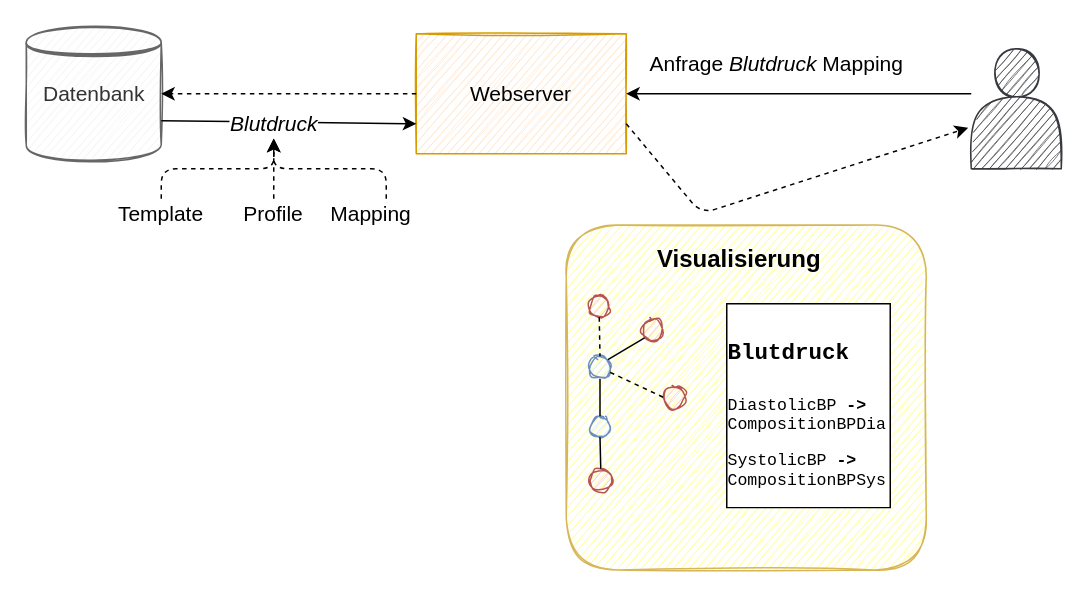
Earlier version of the draw.io diagram MaKonzept.drawio (jsachau/drawio). Source tidied: cells renumbered, new cells numbered last; positions are measured from the earlier drawing's top-left corner, leaving out a move shared by most shapes. Both pictures are drawn from the tidied source at 150%, with x=0, y=0 at pixel (26, 26).
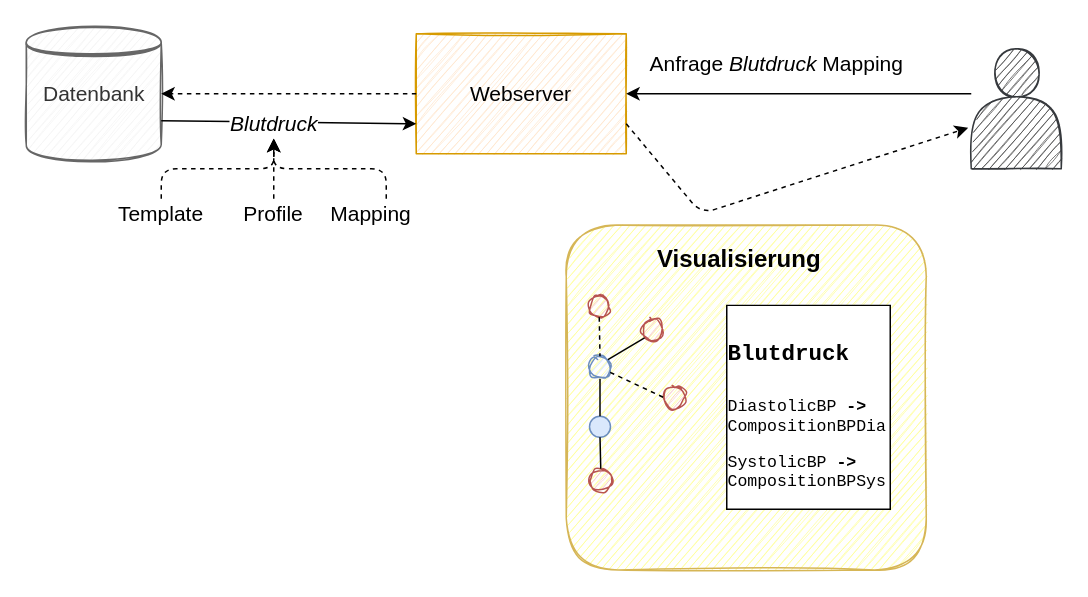
The same page after the edit.

The edit, as a diff of the source:
```diff
@@
-    <mxCell id="16" style="ellipse;whiteSpace=wrap;html=1;fillColor=#dae8fc;strokeColor=#6c8ebf;sketch=1;" parent="1" vertex="1">
+    <mxCell id="16" style="ellipse;whiteSpace=wrap;html=1;fillColor=#dae8fc;strokeColor=#6c8ebf;" parent="1" vertex="1">
       <mxGeometry x="375.5" y="260" width="14" height="14" as="geometry" />
     </mxCell>
@@
     <mxCell id="29" value="&lt;h1&gt;&lt;font style=&quot;font-size: 15px&quot;&gt;Blutdruck&lt;/font&gt;&lt;/h1&gt;&lt;p style=&quot;font-size: 11px&quot;&gt;&lt;font style=&quot;font-size: 11px&quot;&gt;DiastolicBP &lt;b&gt;-&amp;gt;&lt;/b&gt; CompositionBPDia&lt;/font&gt;&lt;/p&gt;&lt;p style=&quot;font-size: 11px&quot;&gt;&lt;font style=&quot;font-size: 11px&quot;&gt;SystolicBP &lt;b&gt;-&amp;gt;&lt;/b&gt; CompositionBPSys&lt;/font&gt;&lt;/p&gt;" style="text;html=1;strokeColor=none;fillColor=none;spacing=5;spacingTop=-20;overflow=hidden;rounded=0;labelBackgroundColor=#ffffff;sketch=0;shadow=0;whiteSpace=wrap;labelBorderColor=#000000;horizontal=1;verticalAlign=middle;fontFamily=Courier New;" parent="1" vertex="1">
-      <mxGeometry x="462" y="193" width="118" height="140.1" as="geometry" />
+      <mxGeometry x="462" y="194" width="118" height="140.1" as="geometry" />
     </mxCell>
```
